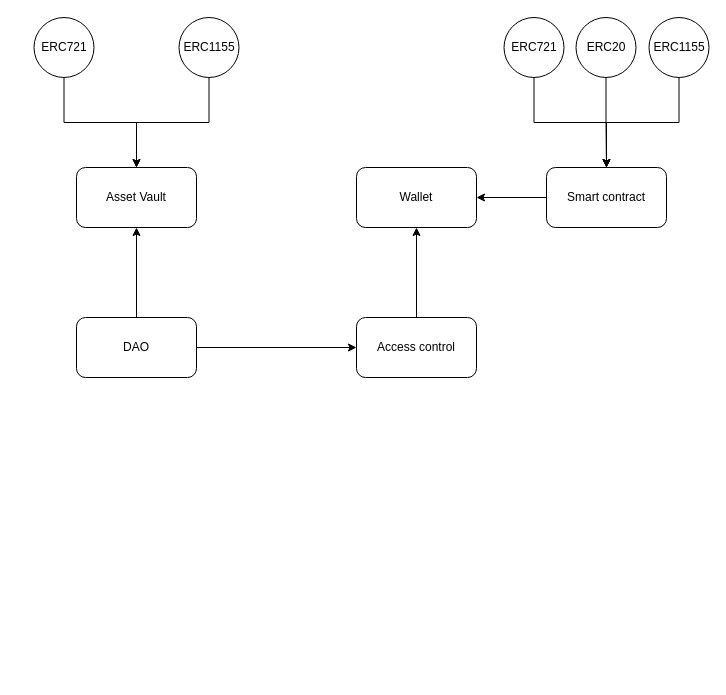
ali-05-ahmed/Concept-Diagrams keeps this draw.io diagram as DAOwallet.drawio. Above is the earlier version. Source tidied: cells renumbered, new cells numbered last; positions are measured from the earlier drawing's top-left corner, leaving out a move shared by most shapes. Both pictures are drawn from the tidied source at 100%, with x=0, y=0 at pixel (33, 17).
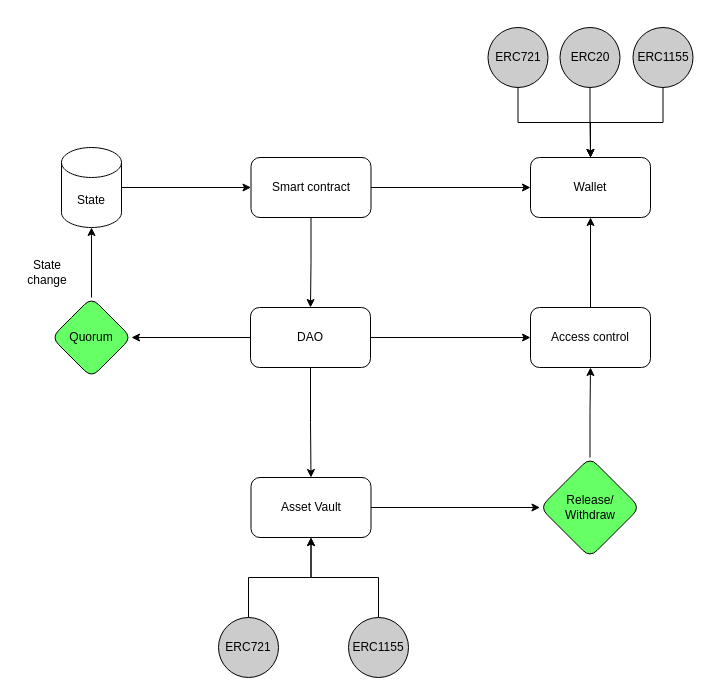
The same diagram, later.

Change to the diagram source:
```diff
@@
-    <mxCell id="3" style="edgeStyle=orthogonalEdgeStyle;rounded=0;jettySize=auto;html=1;entryX=0.5;entryY=1;entryDx=0;entryDy=0;" parent="1" edge="1" source="4" target="8">
+    <mxCell id="3" style="edgeStyle=orthogonalEdgeStyle;rounded=0;jettySize=auto;html=1;entryX=0.5;entryY=0;entryDx=0;entryDy=0;" parent="1" edge="1" source="4" target="8">
       <mxGeometry relative="1" as="geometry" />
     </mxCell>
+    <mxCell id="21" style="edgeStyle=orthogonalEdgeStyle;rounded=0;jettySize=auto;html=1;" parent="1" edge="1" source="4" target="28">
+      <mxGeometry relative="1" as="geometry" />
+    </mxCell>
     <mxCell id="4" value="DAO" style="rounded=1;whiteSpace=wrap;html=1;" parent="1" vertex="1">
-      <mxGeometry x="43" y="300" width="120" height="60" as="geometry" />
+      <mxGeometry x="217" y="290" width="120" height="60" as="geometry" />
     </mxCell>
@@
     <mxCell id="6" value="Access control" style="rounded=1;whiteSpace=wrap;html=1;" parent="1" vertex="1">
-      <mxGeometry x="323" y="300" width="120" height="60" as="geometry" />
+      <mxGeometry x="497" y="290" width="120" height="60" as="geometry" />
     </mxCell>
     <mxCell id="7" value="Wallet" style="rounded=1;whiteSpace=wrap;html=1;" parent="1" vertex="1">
-      <mxGeometry x="323" y="150" width="120" height="60" as="geometry" />
+      <mxGeometry x="497" y="140" width="120" height="60" as="geometry" />
     </mxCell>
+    <mxCell id="22" style="edgeStyle=orthogonalEdgeStyle;rounded=0;jettySize=auto;html=1;" parent="1" edge="1" source="8" target="31">
+      <mxGeometry relative="1" as="geometry" />
+    </mxCell>
     <mxCell id="8" value="Asset Vault" style="rounded=1;whiteSpace=wrap;html=1;" parent="1" vertex="1">
-      <mxGeometry x="43" y="150" width="120" height="60" as="geometry" />
+      <mxGeometry x="217.5" y="460" width="120" height="60" as="geometry" />
     </mxCell>
@@
-    <mxCell id="10" value="ERC721" style="ellipse;whiteSpace=wrap;html=1;" parent="1" vertex="1">
-      <mxGeometry x="0.5" width="60" height="60" as="geometry" />
+    <mxCell id="10" value="ERC721" style="ellipse;whiteSpace=wrap;html=1;fillColor=#CCCCCC;" parent="1" vertex="1">
+      <mxGeometry x="185" y="600" width="60" height="60" as="geometry" />
     </mxCell>
-    <mxCell id="11" style="edgeStyle=orthogonalEdgeStyle;rounded=0;jettySize=auto;html=1;entryX=0.5;entryY=0;entryDx=0;entryDy=0;" parent="1" edge="1" source="12" target="8">
+    <mxCell id="11" style="edgeStyle=orthogonalEdgeStyle;rounded=0;jettySize=auto;html=1;" parent="1" edge="1" source="12" target="8">
       <mxGeometry relative="1" as="geometry" />
     </mxCell>
-    <mxCell id="12" value="ERC1155" style="ellipse;whiteSpace=wrap;html=1;" parent="1" vertex="1">
-      <mxGeometry x="145.5" width="60" height="60" as="geometry" />
+    <mxCell id="12" value="ERC1155" style="ellipse;whiteSpace=wrap;html=1;fillColor=#CCCCCC;" parent="1" vertex="1">
+      <mxGeometry x="315" y="600" width="60" height="60" as="geometry" />
     </mxCell>
-    <mxCell id="13" style="edgeStyle=orthogonalEdgeStyle;rounded=0;jettySize=auto;html=1;" parent="1" edge="1" source="14" target="7">
-      <mxGeometry relative="1" as="geometry" />
-    </mxCell>
-    <mxCell id="14" value="Smart contract" style="rounded=1;whiteSpace=wrap;html=1;" parent="1" vertex="1">
-      <mxGeometry x="513" y="150" width="120" height="60" as="geometry" />
-    </mxCell>
-    <mxCell id="15" style="edgeStyle=orthogonalEdgeStyle;rounded=0;jettySize=auto;html=1;entryX=0.5;entryY=0;entryDx=0;entryDy=0;" parent="1" edge="1" source="16" target="14">
-      <mxGeometry relative="1" as="geometry" />
-    </mxCell>
+    <mxCell id="23" style="edgeStyle=orthogonalEdgeStyle;rounded=0;jettySize=auto;html=1;entryX=0.5;entryY=0;entryDx=0;entryDy=0;" parent="1" edge="1" source="16" target="7">
+      <mxGeometry relative="1" as="geometry" />
+    </mxCell>
-    <mxCell id="16" value="ERC721" style="ellipse;whiteSpace=wrap;html=1;" parent="1" vertex="1">
-      <mxGeometry x="470.5" width="60" height="60" as="geometry" />
+    <mxCell id="16" value="ERC721" style="ellipse;whiteSpace=wrap;html=1;fillColor=#CCCCCC;" parent="1" vertex="1">
+      <mxGeometry x="454.5" y="10" width="60" height="60" as="geometry" />
     </mxCell>
-    <mxCell id="17" style="edgeStyle=orthogonalEdgeStyle;rounded=0;jettySize=auto;html=1;entryX=0.5;entryY=0;entryDx=0;entryDy=0;" parent="1" edge="1" source="18" target="14">
+    <mxCell id="17" style="edgeStyle=orthogonalEdgeStyle;rounded=0;jettySize=auto;html=1;" parent="1" edge="1" source="18" target="7">
       <mxGeometry relative="1" as="geometry" />
     </mxCell>
-    <mxCell id="18" value="ERC1155" style="ellipse;whiteSpace=wrap;html=1;" parent="1" vertex="1">
-      <mxGeometry x="615.5" width="60" height="60" as="geometry" />
+    <mxCell id="18" value="ERC1155" style="ellipse;whiteSpace=wrap;html=1;fillColor=#CCCCCC;" parent="1" vertex="1">
+      <mxGeometry x="599.5" y="10" width="60" height="60" as="geometry" />
     </mxCell>
-    <mxCell id="19" style="edgeStyle=orthogonalEdgeStyle;rounded=0;jettySize=auto;html=1;entryX=0.5;entryY=0;entryDx=0;entryDy=0;" parent="1" edge="1" source="20" target="14">
+    <mxCell id="19" style="edgeStyle=orthogonalEdgeStyle;rounded=0;jettySize=auto;html=1;entryX=0.5;entryY=0;entryDx=0;entryDy=0;" parent="1" edge="1" source="20" target="7">
       <mxGeometry relative="1" as="geometry" />
     </mxCell>
-    <mxCell id="20" value="ERC20" style="ellipse;whiteSpace=wrap;html=1;" parent="1" vertex="1">
-      <mxGeometry x="542.5" width="60" height="60" as="geometry" />
+    <mxCell id="20" value="ERC20" style="ellipse;whiteSpace=wrap;html=1;fillColor=#CCCCCC;" parent="1" vertex="1">
+      <mxGeometry x="526.5" y="10" width="60" height="60" as="geometry" />
     </mxCell>
+    <mxCell id="13" style="edgeStyle=orthogonalEdgeStyle;rounded=0;jettySize=auto;html=1;entryX=0;entryY=0.5;entryDx=0;entryDy=0;" parent="1" edge="1" source="14" target="7">
+      <mxGeometry relative="1" as="geometry" />
+    </mxCell>
+    <mxCell id="24" style="edgeStyle=orthogonalEdgeStyle;rounded=0;jettySize=auto;html=1;" parent="1" edge="1" source="14" target="4">
+      <mxGeometry relative="1" as="geometry" />
+    </mxCell>
+    <mxCell id="14" value="Smart contract" style="rounded=1;whiteSpace=wrap;html=1;" parent="1" vertex="1">
+      <mxGeometry x="217.5" y="140" width="120" height="60" as="geometry" />
+    </mxCell>
+    <mxCell id="25" style="edgeStyle=orthogonalEdgeStyle;rounded=0;jettySize=auto;html=1;" parent="1" edge="1" source="26" target="14">
+      <mxGeometry relative="1" as="geometry" />
+    </mxCell>
+    <mxCell id="26" value="State" style="shape=cylinder3;whiteSpace=wrap;html=1;boundedLbl=1;backgroundOutline=1;size=15;" parent="1" vertex="1">
+      <mxGeometry x="28" y="130" width="60" height="80" as="geometry" />
+    </mxCell>
+    <mxCell id="27" style="edgeStyle=orthogonalEdgeStyle;rounded=0;jettySize=auto;html=1;entryX=0.5;entryY=1;entryDx=0;entryDy=0;entryPerimeter=0;" parent="1" edge="1" source="28" target="26">
+      <mxGeometry relative="1" as="geometry" />
+    </mxCell>
+    <mxCell id="28" value="Quorum" style="rhombus;whiteSpace=wrap;html=1;rounded=1;fillColor=#66FF66;" parent="1" vertex="1">
+      <mxGeometry x="18" y="280" width="80" height="80" as="geometry" />
+    </mxCell>
+    <mxCell id="29" value="State change" style="text;html=1;strokeColor=none;fillColor=none;align=center;verticalAlign=middle;whiteSpace=wrap;rounded=0;" parent="1" vertex="1">
+      <mxGeometry x="-16" y="240" width="60" height="30" as="geometry" />
+    </mxCell>
+    <mxCell id="30" style="edgeStyle=orthogonalEdgeStyle;rounded=0;jettySize=auto;html=1;entryX=0.5;entryY=1;entryDx=0;entryDy=0;" parent="1" edge="1" source="31" target="6">
+      <mxGeometry relative="1" as="geometry" />
+    </mxCell>
+    <mxCell id="31" value="Release/&lt;br&gt;Withdraw" style="rhombus;whiteSpace=wrap;html=1;rounded=1;fillColor=#66FF66;" parent="1" vertex="1">
+      <mxGeometry x="506.5" y="440" width="100" height="100" as="geometry" />
+    </mxCell>
```
